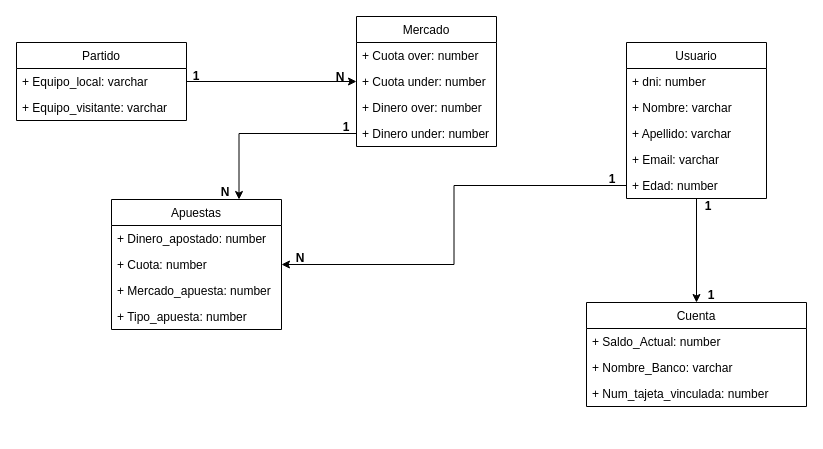
This is Untitled Diagram.drawio from jobasa/ExamenRecuTema2, a draw.io file, before an edit. Source tidied: cells renumbered, new cells numbered last; positions are measured from the earlier drawing's top-left corner, leaving out a move shared by most shapes. Both pictures are drawn from the tidied source at 100%, with x=0, y=0 at pixel (16, 16).
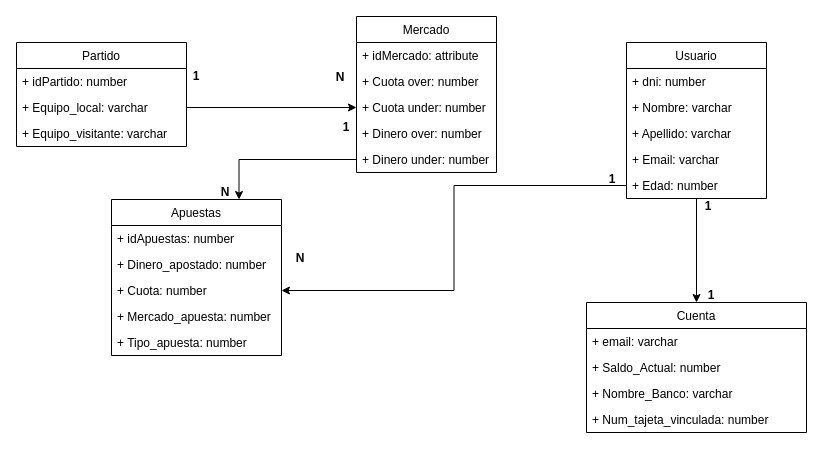
The same diagram, later.

What changed in the source:
```diff
@@
     <mxCell id="9" value="Mercado" style="swimlane;fontStyle=0;horizontal=1;startSize=26;fillColor=none;" parent="1" vertex="1">
-      <mxGeometry x="340" width="140" height="130" as="geometry" />
+      <mxGeometry x="340" width="140" height="156" as="geometry" />
     </mxCell>
+    <mxCell id="37" value="+ idMercado: attribute" style="text;strokeColor=none;fillColor=none;align=left;verticalAlign=top;spacingLeft=4;spacingRight=4;overflow=hidden;" parent="9" vertex="1">
+      <mxGeometry y="26" width="140" height="26" as="geometry" />
+    </mxCell>
     <mxCell id="10" value="+ Cuota over: number" style="text;strokeColor=none;fillColor=none;align=left;verticalAlign=top;spacingLeft=4;spacingRight=4;overflow=hidden;" parent="9" vertex="1">
-      <mxGeometry y="26" width="140" height="26" as="geometry" />
+      <mxGeometry y="52" width="140" height="26" as="geometry" />
     </mxCell>
     <mxCell id="11" value="+ Cuota under: number" style="text;strokeColor=none;fillColor=none;align=left;verticalAlign=top;spacingLeft=4;spacingRight=4;overflow=hidden;points=[[0,0.5],[1,0.5]];portConstraint=eastwest;" parent="9" vertex="1">
-      <mxGeometry y="52" width="140" height="26" as="geometry" />
+      <mxGeometry y="78" width="140" height="26" as="geometry" />
     </mxCell>
     <mxCell id="12" value="+ Dinero over: number" style="text;strokeColor=none;fillColor=none;align=left;verticalAlign=top;spacingLeft=4;spacingRight=4;overflow=hidden;" parent="9" vertex="1">
-      <mxGeometry y="78" width="140" height="26" as="geometry" />
+      <mxGeometry y="104" width="140" height="26" as="geometry" />
     </mxCell>
     <mxCell id="13" value="+ Dinero under: number" style="text;strokeColor=none;fillColor=none;align=left;verticalAlign=top;spacingLeft=4;spacingRight=4;overflow=hidden;points=[[0,0.5],[1,0.5]];portConstraint=eastwest;" parent="9" vertex="1">
-      <mxGeometry y="104" width="140" height="26" as="geometry" />
+      <mxGeometry y="130" width="140" height="26" as="geometry" />
     </mxCell>
     <mxCell id="14" value="Cuenta" style="swimlane;fontStyle=0;horizontal=1;startSize=26;fillColor=none;" parent="1" vertex="1">
-      <mxGeometry x="570" y="286" width="220" height="104" as="geometry" />
+      <mxGeometry x="570" y="286" width="220" height="130" as="geometry" />
     </mxCell>
+    <mxCell id="38" value="+ email: varchar" style="text;strokeColor=none;fillColor=none;align=left;verticalAlign=top;spacingLeft=4;spacingRight=4;overflow=hidden;" parent="14" vertex="1">
+      <mxGeometry y="26" width="220" height="26" as="geometry" />
+    </mxCell>
     <mxCell id="15" value="+ Saldo_Actual: number" style="text;strokeColor=none;fillColor=none;align=left;verticalAlign=top;spacingLeft=4;spacingRight=4;overflow=hidden;" parent="14" vertex="1">
-      <mxGeometry y="26" width="220" height="26" as="geometry" />
+      <mxGeometry y="52" width="220" height="26" as="geometry" />
     </mxCell>
     <mxCell id="16" value="+ Nombre_Banco: varchar&#10;" style="text;strokeColor=none;fillColor=none;align=left;verticalAlign=top;spacingLeft=4;spacingRight=4;overflow=hidden;" parent="14" vertex="1">
-      <mxGeometry y="52" width="220" height="26" as="geometry" />
+      <mxGeometry y="78" width="220" height="26" as="geometry" />
     </mxCell>
     <mxCell id="17" value="+ Num_tajeta_vinculada: number" style="text;strokeColor=none;fillColor=none;align=left;verticalAlign=top;spacingLeft=4;spacingRight=4;overflow=hidden;" parent="14" vertex="1">
-      <mxGeometry y="78" width="220" height="26" as="geometry" />
+      <mxGeometry y="104" width="220" height="26" as="geometry" />
     </mxCell>
     <mxCell id="18" value="Apuestas" style="swimlane;fontStyle=0;horizontal=1;startSize=26;fillColor=none;" parent="1" vertex="1">
-      <mxGeometry x="95" y="183" width="170" height="130" as="geometry" />
+      <mxGeometry x="95" y="183" width="170" height="156" as="geometry" />
     </mxCell>
+    <mxCell id="39" value="+ idApuestas: number" style="text;strokeColor=none;fillColor=none;align=left;verticalAlign=top;spacingLeft=4;spacingRight=4;overflow=hidden;" parent="18" vertex="1">
+      <mxGeometry y="26" width="170" height="26" as="geometry" />
+    </mxCell>
     <mxCell id="19" value="+ Dinero_apostado: number" style="text;strokeColor=none;fillColor=none;align=left;verticalAlign=top;spacingLeft=4;spacingRight=4;overflow=hidden;" parent="18" vertex="1">
-      <mxGeometry y="26" width="170" height="26" as="geometry" />
+      <mxGeometry y="52" width="170" height="26" as="geometry" />
     </mxCell>
     <mxCell id="20" value="+ Cuota: number" style="text;strokeColor=none;fillColor=none;align=left;verticalAlign=top;spacingLeft=4;spacingRight=4;overflow=hidden;points=[[0,0.5],[1,0.5]];portConstraint=eastwest;" parent="18" vertex="1">
-      <mxGeometry y="52" width="170" height="26" as="geometry" />
+      <mxGeometry y="78" width="170" height="26" as="geometry" />
     </mxCell>
     <mxCell id="21" value="+ Mercado_apuesta: number" style="text;strokeColor=none;fillColor=none;align=left;verticalAlign=top;spacingLeft=4;spacingRight=4;overflow=hidden;" parent="18" vertex="1">
-      <mxGeometry y="78" width="170" height="26" as="geometry" />
+      <mxGeometry y="104" width="170" height="26" as="geometry" />
     </mxCell>
     <mxCell id="22" value="+ Tipo_apuesta: number" style="text;strokeColor=none;fillColor=none;align=left;verticalAlign=top;spacingLeft=4;spacingRight=4;overflow=hidden;" parent="18" vertex="1">
-      <mxGeometry y="104" width="170" height="26" as="geometry" />
+      <mxGeometry y="130" width="170" height="26" as="geometry" />
     </mxCell>
     <mxCell id="23" value="Partido" style="swimlane;fontStyle=0;horizontal=1;startSize=26;fillColor=none;" parent="1" vertex="1">
-      <mxGeometry y="26" width="170" height="78" as="geometry" />
+      <mxGeometry y="26" width="170" height="104" as="geometry" />
     </mxCell>
+    <mxCell id="40" value="+ idPartido: number" style="text;strokeColor=none;fillColor=none;align=left;verticalAlign=top;spacingLeft=4;spacingRight=4;overflow=hidden;" parent="23" vertex="1">
+      <mxGeometry y="26" width="170" height="26" as="geometry" />
+    </mxCell>
     <mxCell id="24" value="+ Equipo_local: varchar" style="text;strokeColor=none;fillColor=none;align=left;verticalAlign=top;spacingLeft=4;spacingRight=4;overflow=hidden;points=[[0,0.5],[1,0.5]];portConstraint=eastwest;" parent="23" vertex="1">
-      <mxGeometry y="26" width="170" height="26" as="geometry" />
+      <mxGeometry y="52" width="170" height="26" as="geometry" />
     </mxCell>
     <mxCell id="25" value="+ Equipo_visitante: varchar" style="text;strokeColor=none;fillColor=none;align=left;verticalAlign=top;spacingLeft=4;spacingRight=4;overflow=hidden;" parent="23" vertex="1">
-      <mxGeometry y="52" width="170" height="26" as="geometry" />
+      <mxGeometry y="78" width="170" height="26" as="geometry" />
     </mxCell>
```
